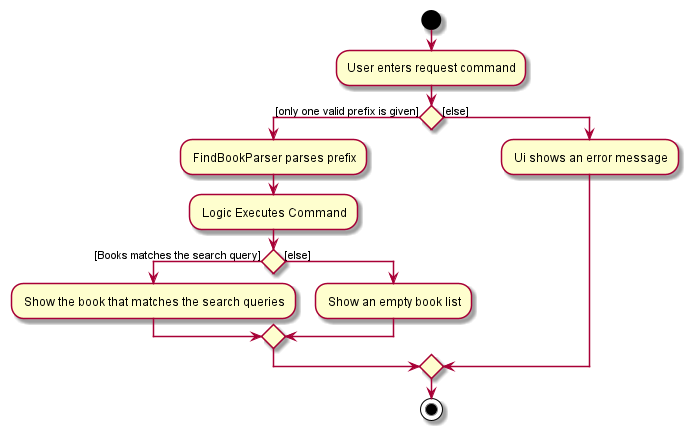
The PlantUML diagram docs/images/FindBookCommandActivityDiagram.png in yuqitanyq/tp, before a commit.
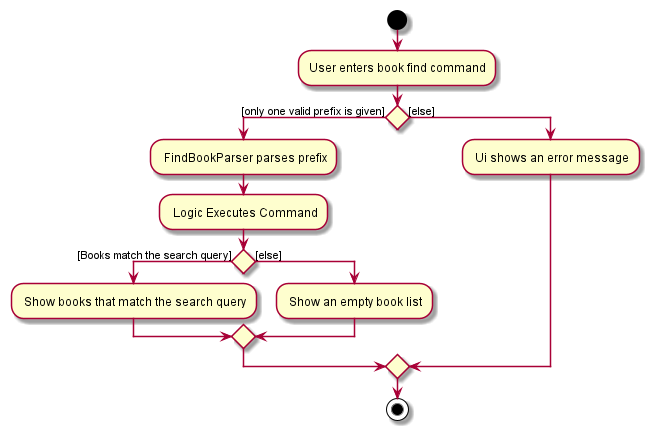
The same file after the commit.

Commit message:
Change png files for Sequence and Activity diagrams

Change to the diagram source:
```diff
@@ -1,11 +1,11 @@
 @startuml
 start
-:User enters request command;
+:User enters book find command;
 if () then ([only one valid prefix is given])
     : FindBookParser parses prefix;
         : Logic Executes Command;
-    if () then ([Books matches the search query])
-        : Show the book that matches the search queries;
+    if () then ([Books match the search query])
+        : Show books that match the search query;
     else ([else])
         : Show an empty book list;
     endif
```
